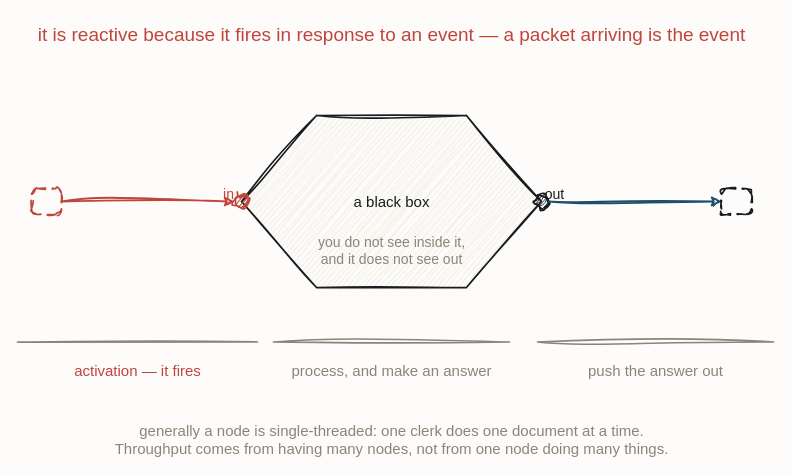
This is resources/flow-node-ports.drawio from iancooper/practical-messaging, a draw.io file, before an edit. Source tidied: cells renumbered, new cells numbered last; positions are measured from the earlier drawing's top-left corner, leaving out a move shared by most shapes. Both pictures are drawn from the tidied source at 100%, with x=0, y=0 at pixel (17, 17).
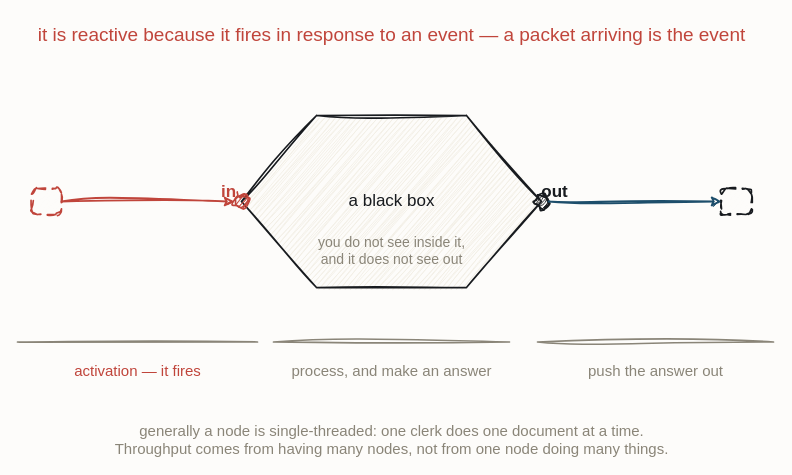
The same diagram, later.

Diff of the diagram source:
```diff
@@
 <mxGraphModel background="#FDFCFA">
   <root>
     <mxCell id="0" />
     <mxCell id="1" parent="0" />
     <mxCell id="2" value="it is reactive because it fires in response to an event — a packet arriving is the event" style="text;html=1;align=center;fontFamily=Caveat;fontSize=19;fontColor=#C0453B;" parent="1" vertex="1">
       <mxGeometry x="314" width="120" height="20" as="geometry" />
     </mxCell>
-    <mxCell id="3" value="a black box" style="sketch=1;hachureGap=4;jiggle=2;curveFitting=1;fontFamily=Caveat;html=1;shape=hexagon;perimeter=hexagonPerimeter2;strokeColor=#181B1F;strokeWidth=1.7;fillColor=#F3EFE6;fontColor=#181B1F;fontSize=15;" parent="1" vertex="1">
+    <mxCell id="3" value="a black box" style="sketch=1;hachureGap=4;jiggle=2;curveFitting=1;fontFamily=Caveat;html=1;shape=hexagon;perimeter=hexagonPerimeter2;strokeColor=#181B1F;strokeWidth=1.7;fillColor=#F3EFE6;fontColor=#181B1F;fontSize=17;" parent="1" vertex="1">
       <mxGeometry x="224" y="98" width="300" height="172" as="geometry" />
     </mxCell>
     <mxCell id="4" style="sketch=1;hachureGap=4;jiggle=2;curveFitting=1;fontFamily=Caveat;html=1;ellipse;verticalLabelPosition=bottom;verticalAlign=top;strokeColor=#C0453B;strokeWidth=1.7;fillColor=#C0453B;fontColor=#C0453B;fontSize=14;" parent="1" vertex="1">
       <mxGeometry x="217" y="177" width="14" height="14" as="geometry" />
     </mxCell>
-    <mxCell id="5" value="in" style="text;html=1;align=center;fontFamily=Caveat;fontSize=14;fontColor=#C0453B;" parent="1" vertex="1">
-      <mxGeometry x="151" y="162" width="120" height="20" as="geometry" />
+    <mxCell id="5" value="in" style="text;html=1;align=center;fontFamily=Caveat;fontSize=17;fontColor=#C0453B;fontStyle=1;" parent="1" vertex="1">
+      <mxGeometry x="151" y="158" width="120" height="20" as="geometry" />
     </mxCell>
     <mxCell id="6" style="sketch=1;hachureGap=4;jiggle=2;curveFitting=1;fontFamily=Caveat;html=1;ellipse;verticalLabelPosition=bottom;verticalAlign=top;strokeColor=#181B1F;strokeWidth=1.7;fillColor=#181B1F;fontColor=#181B1F;fontSize=14;" parent="1" vertex="1">
       <mxGeometry x="517" y="177" width="14" height="14" as="geometry" />
     </mxCell>
-    <mxCell id="7" value="out" style="text;html=1;align=center;fontFamily=Caveat;fontSize=14;fontColor=#181B1F;" parent="1" vertex="1">
-      <mxGeometry x="477" y="162" width="120" height="20" as="geometry" />
+    <mxCell id="7" value="out" style="text;html=1;align=center;fontFamily=Caveat;fontSize=17;fontColor=#181B1F;fontStyle=1;" parent="1" vertex="1">
+      <mxGeometry x="477" y="158" width="120" height="20" as="geometry" />
     </mxCell>
     <mxCell id="8" style="sketch=1;hachureGap=4;jiggle=2;curveFitting=1;fontFamily=Caveat;html=1;rounded=1;arcSize=22;dashed=1;dashPattern=5 4;strokeColor=#C0453B;strokeWidth=1.7;fillColor=#FDFCFA;fontColor=#C0453B;fontSize=13;" parent="1" vertex="1">
       <mxGeometry x="14" y="171" width="30" height="26" as="geometry" />
     </mxCell>
     <mxCell id="9" style="sketch=1;hachureGap=4;jiggle=2;curveFitting=1;fontFamily=Caveat;html=1;rounded=1;arcSize=22;dashed=1;dashPattern=5 4;strokeColor=#181B1F;strokeWidth=1.7;fillColor=#FDFCFA;fontColor=#181B1F;fontSize=13;" parent="1" vertex="1">
       <mxGeometry x="704" y="171" width="30" height="26" as="geometry" />
     </mxCell>
     <mxCell id="10" value="you do not see inside it,&#10;and it does not see out" style="text;html=1;align=center;fontFamily=Caveat;fontSize=14;fontColor=#8A8578;" parent="1" vertex="1">
       <mxGeometry x="314" y="210" width="120" height="20" as="geometry" />
     </mxCell>
     <mxCell id="11" style="sketch=1;hachureGap=4;jiggle=2;curveFitting=1;fontFamily=Caveat;html=1;shape=line;strokeColor=#8A8578;strokeWidth=1.7;fillColor=none;fontColor=#8A8578;fontSize=13;" parent="1" vertex="1">
       <mxGeometry y="324" width="240" height="1" as="geometry" />
     </mxCell>
     <mxCell id="12" value="activation — it fires" style="text;html=1;align=center;fontFamily=Caveat;fontSize=15;fontColor=#C0453B;" parent="1" vertex="1">
       <mxGeometry x="60" y="338" width="120" height="20" as="geometry" />
     </mxCell>
     <mxCell id="13" style="sketch=1;hachureGap=4;jiggle=2;curveFitting=1;fontFamily=Caveat;html=1;shape=line;strokeColor=#8A8578;strokeWidth=1.7;fillColor=none;fontColor=#8A8578;fontSize=13;" parent="1" vertex="1">
       <mxGeometry x="256" y="324" width="236" height="1" as="geometry" />
     </mxCell>
     <mxCell id="14" value="process, and make an answer" style="text;html=1;align=center;fontFamily=Caveat;fontSize=15;fontColor=#8A8578;" parent="1" vertex="1">
       <mxGeometry x="314" y="338" width="120" height="20" as="geometry" />
     </mxCell>
     <mxCell id="15" style="sketch=1;hachureGap=4;jiggle=2;curveFitting=1;fontFamily=Caveat;html=1;shape=line;strokeColor=#8A8578;strokeWidth=1.7;fillColor=none;fontColor=#8A8578;fontSize=13;" parent="1" vertex="1">
       <mxGeometry x="520" y="324" width="236" height="1" as="geometry" />
     </mxCell>
     <mxCell id="16" value="push the answer out" style="text;html=1;align=center;fontFamily=Caveat;fontSize=15;fontColor=#8A8578;" parent="1" vertex="1">
       <mxGeometry x="578" y="338" width="120" height="20" as="geometry" />
     </mxCell>
     <mxCell id="17" value="generally a node is single-threaded: one clerk does one document at a time.&#10;Throughput comes from having many nodes, not from one node doing many things." style="text;html=1;align=center;fontFamily=Caveat;fontSize=15;fontColor=#8A8578;" parent="1" vertex="1">
       <mxGeometry x="314" y="398" width="120" height="20" as="geometry" />
     </mxCell>
     <mxCell id="18" style="sketch=1;jiggle=2;curveFitting=1;edgeStyle=none;rounded=0;strokeColor=#C0453B;strokeWidth=1.8;fontFamily=Caveat;fontSize=15;fontColor=#C0453B;html=1;exitX=1.0;exitY=0.5;exitDx=0;exitDy=0;entryX=0.0;entryY=0.5;entryDx=0;entryDy=0;" parent="1" edge="1" source="8" target="4">
       <mxGeometry relative="1" as="geometry" />
     </mxCell>
     <mxCell id="19" style="sketch=1;jiggle=2;curveFitting=1;edgeStyle=none;rounded=0;strokeColor=#1D4E6B;strokeWidth=1.8;fontFamily=Caveat;fontSize=15;fontColor=#1D4E6B;html=1;exitX=1.0;exitY=0.5;exitDx=0;exitDy=0;entryX=0.0;entryY=0.5;entryDx=0;entryDy=0;" parent="1" edge="1" source="6" target="9">
       <mxGeometry relative="1" as="geometry" />
     </mxCell>
   </root>
 </mxGraphModel>
```
